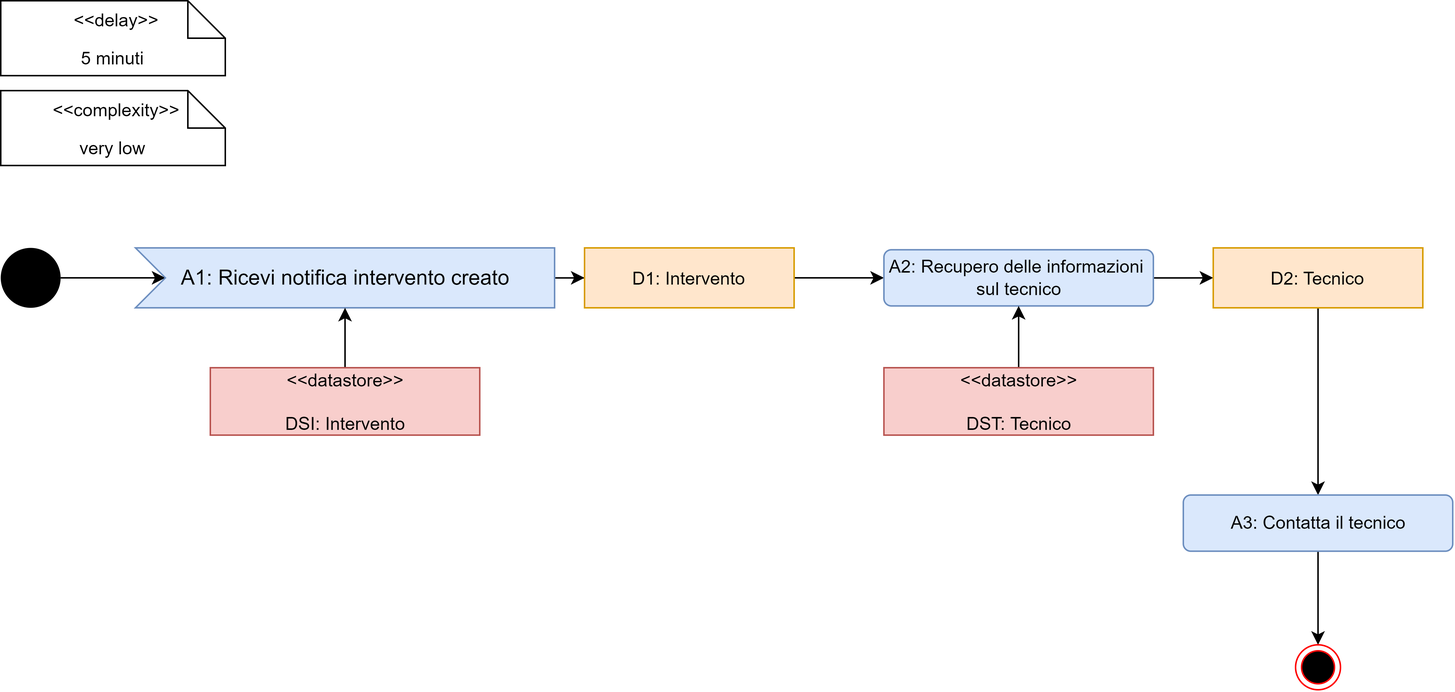
This is images/ADUC5.png from mbeccari856608/architetturasw2024, a draw.io export, as it was before one commit. Source tidied: cells renumbered, new cells last; positions are measured from the earlier drawing's top-left corner, leaving out a move shared by most shapes. Its diagram source:
```xml
<mxGraphModel>
  <root>
    <mxCell id="0" />
    <mxCell id="1" parent="0" />
    <mxCell id="2" style="edgeStyle=orthogonalEdgeStyle;rounded=0;jettySize=auto;html=1;entryX=0;entryY=0;entryDx=20;entryDy=20;entryPerimeter=0;" parent="1" edge="1" source="3" target="5">
      <mxGeometry relative="1" as="geometry" />
    </mxCell>
    <mxCell id="3" style="ellipse;fillColor=#000000;strokeColor=none;" parent="1" vertex="1">
      <mxGeometry y="165" width="40" height="40" as="geometry" />
    </mxCell>
    <mxCell id="4" style="edgeStyle=orthogonalEdgeStyle;rounded=0;jettySize=auto;html=1;entryX=0;entryY=0.5;entryDx=0;entryDy=0;exitX=0;exitY=0;exitDx=20;exitDy=20;exitPerimeter=0;" parent="1" edge="1" source="5" target="9">
      <mxGeometry relative="1" as="geometry" />
    </mxCell>
    <mxCell id="5" value="A1: Ricevi notifica intervento creato" style="html=1;shape=mxgraph.infographic.ribbonSimple;notch1=20;notch2=0;align=center;verticalAlign=middle;fontSize=14;fontStyle=0;flipH=0;fillColor=#dae8fc;strokeColor=#6c8ebf;" parent="1" vertex="1">
      <mxGeometry x="90" y="165" width="280" height="40" as="geometry" />
    </mxCell>
    <mxCell id="6" value="very low" style="shape=note2;boundedLbl=1;whiteSpace=wrap;html=1;size=25;verticalAlign=top;align=center;" parent="1" vertex="1">
      <mxGeometry y="60" width="150" height="50" as="geometry" />
    </mxCell>
    <mxCell id="7" value="&lt;&lt;complexity&gt;&gt;" style="strokeColor=none;fillColor=none;align=center;spacingLeft=5;" parent="6" vertex="1">
      <mxGeometry width="150" height="25" relative="1" as="geometry" />
    </mxCell>
    <mxCell id="8" style="edgeStyle=orthogonalEdgeStyle;rounded=0;jettySize=auto;html=1;entryX=0;entryY=0.5;entryDx=0;entryDy=0;" parent="1" edge="1" source="9" target="16">
      <mxGeometry relative="1" as="geometry" />
    </mxCell>
    <mxCell id="9" value="D1: Intervento" style="text;align=center;verticalAlign=middle;dashed=0;fillColor=#ffe6cc;strokeColor=#d79b00;" parent="1" vertex="1">
      <mxGeometry x="390" y="165" width="140" height="40" as="geometry" />
    </mxCell>
    <mxCell id="10" style="edgeStyle=orthogonalEdgeStyle;rounded=0;jettySize=auto;html=1;entryX=0;entryY=0;entryDx=140;entryDy=40;entryPerimeter=0;" parent="1" edge="1" source="11" target="5">
      <mxGeometry relative="1" as="geometry" />
    </mxCell>
    <mxCell id="11" value="&amp;lt;&amp;lt;datastore&amp;gt;&amp;gt;&lt;br&gt;&lt;br&gt;DSI: Intervento" style="text;html=1;align=center;verticalAlign=middle;dashed=0;fillColor=#f8cecc;strokeColor=#b85450;" parent="1" vertex="1">
      <mxGeometry x="140" y="245" width="180" height="45" as="geometry" />
    </mxCell>
    <mxCell id="12" value="5 minuti" style="shape=note2;boundedLbl=1;whiteSpace=wrap;html=1;size=25;verticalAlign=top;align=center;" parent="1" vertex="1">
      <mxGeometry width="150" height="50" as="geometry" />
    </mxCell>
    <mxCell id="13" value="&lt;&lt;delay&gt;&gt;" style="strokeColor=none;fillColor=none;align=center;spacingLeft=5;" parent="12" vertex="1">
      <mxGeometry width="150" height="25" relative="1" as="geometry" />
    </mxCell>
    <mxCell id="14" style="edgeStyle=orthogonalEdgeStyle;rounded=0;orthogonalLoop=1;jettySize=auto;html=1;exitX=0.5;exitY=1;exitDx=0;exitDy=0;dashed=1;endArrow=none;endFill=0;" parent="12" edge="1" source="13" target="13">
      <mxGeometry relative="1" as="geometry" />
    </mxCell>
    <mxCell id="15" style="edgeStyle=orthogonalEdgeStyle;rounded=0;jettySize=auto;html=1;entryX=0;entryY=0.5;entryDx=0;entryDy=0;" parent="1" edge="1" source="16" target="21">
      <mxGeometry relative="1" as="geometry" />
    </mxCell>
    <mxCell id="16" value="A2: Recupero delle informazioni &lt;br&gt;sul tecnico" style="html=1;align=center;verticalAlign=middle;rounded=1;absoluteArcSize=1;arcSize=10;dashed=0;fillColor=#dae8fc;strokeColor=#6c8ebf;" parent="1" vertex="1">
      <mxGeometry x="590" y="166.2" width="180" height="37.5" as="geometry" />
    </mxCell>
    <mxCell id="17" value="&amp;lt;&amp;lt;datastore&amp;gt;&amp;gt;&lt;br&gt;&lt;br&gt;DSI: Intervento" style="text;html=1;align=center;verticalAlign=middle;dashed=0;fillColor=#f8cecc;strokeColor=#b85450;" parent="1" vertex="1">
      <mxGeometry x="140" y="245" width="180" height="45" as="geometry" />
    </mxCell>
    <mxCell id="18" style="edgeStyle=orthogonalEdgeStyle;rounded=0;jettySize=auto;html=1;" parent="1" edge="1" source="19" target="16">
      <mxGeometry relative="1" as="geometry" />
    </mxCell>
    <mxCell id="19" value="&amp;lt;&amp;lt;datastore&amp;gt;&amp;gt;&lt;br&gt;&lt;br&gt;DST: Tecnico" style="text;html=1;align=center;verticalAlign=middle;dashed=0;fillColor=#f8cecc;strokeColor=#b85450;" parent="1" vertex="1">
      <mxGeometry x="590" y="245" width="180" height="45" as="geometry" />
    </mxCell>
    <mxCell id="20" style="edgeStyle=orthogonalEdgeStyle;rounded=0;jettySize=auto;html=1;entryX=0.5;entryY=0;entryDx=0;entryDy=0;" parent="1" edge="1" source="21" target="23">
      <mxGeometry relative="1" as="geometry" />
    </mxCell>
    <mxCell id="21" value="D2: Tecnico" style="text;align=center;verticalAlign=middle;dashed=0;fillColor=#ffe6cc;strokeColor=#d79b00;" parent="1" vertex="1">
      <mxGeometry x="810" y="165" width="140" height="40" as="geometry" />
    </mxCell>
    <mxCell id="22" style="edgeStyle=orthogonalEdgeStyle;rounded=0;jettySize=auto;html=1;entryX=0.5;entryY=0;entryDx=0;entryDy=0;" parent="1" edge="1" source="23" target="24">
      <mxGeometry relative="1" as="geometry" />
    </mxCell>
    <mxCell id="23" value="A3: Contatta il tecnico" style="html=1;align=center;verticalAlign=middle;rounded=1;absoluteArcSize=1;arcSize=10;dashed=0;fillColor=#dae8fc;strokeColor=#6c8ebf;" parent="1" vertex="1">
      <mxGeometry x="790" y="330" width="180" height="37.5" as="geometry" />
    </mxCell>
    <mxCell id="24" style="ellipse;html=1;shape=endState;fillColor=#000000;strokeColor=#ff0000;" parent="1" vertex="1">
      <mxGeometry x="865" y="430" width="30" height="30" as="geometry" />
    </mxCell>
  </root>
</mxGraphModel>
```
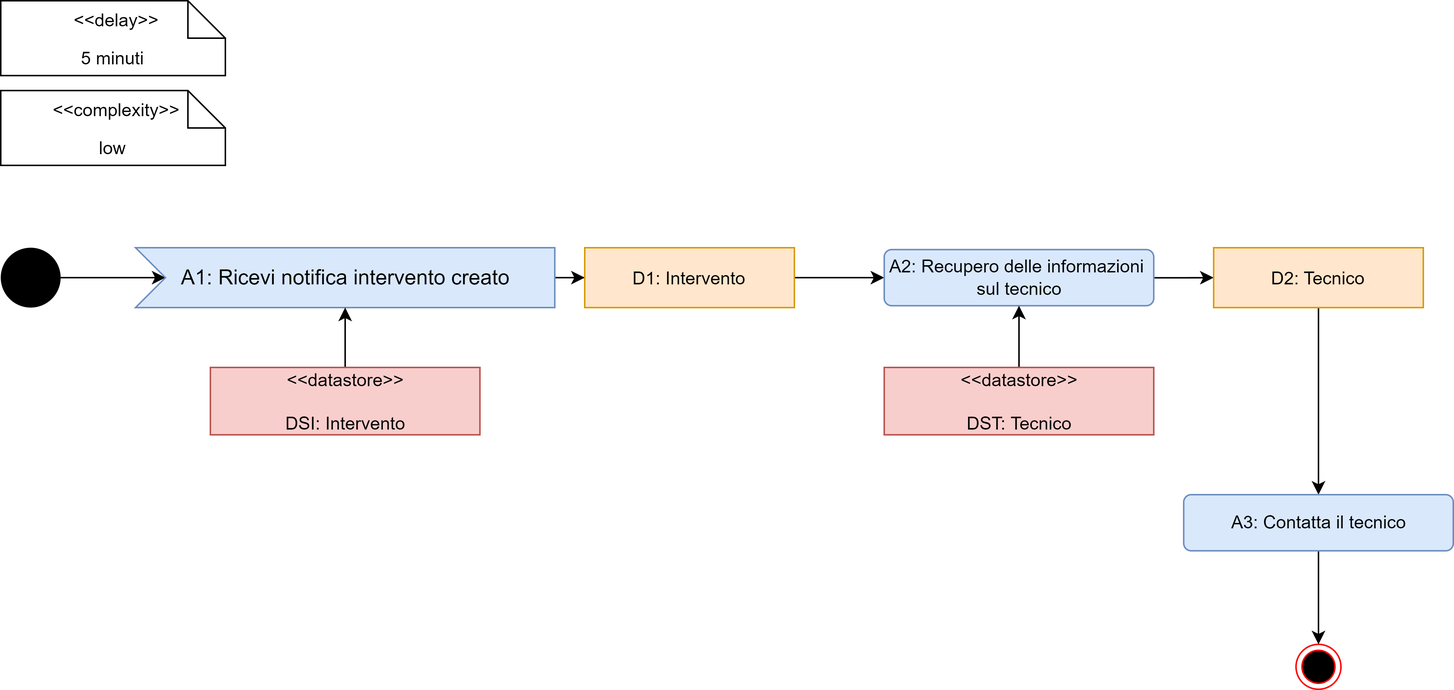
Above is the later version.

Change to the diagram source:
```diff
@@ -14,7 +14,7 @@
     <mxCell id="5" value="A1: Ricevi notifica intervento creato" style="html=1;shape=mxgraph.infographic.ribbonSimple;notch1=20;notch2=0;align=center;verticalAlign=middle;fontSize=14;fontStyle=0;flipH=0;fillColor=#dae8fc;strokeColor=#6c8ebf;" parent="1" vertex="1">
       <mxGeometry x="90" y="165" width="280" height="40" as="geometry" />
     </mxCell>
-    <mxCell id="6" value="very low" style="shape=note2;boundedLbl=1;whiteSpace=wrap;html=1;size=25;verticalAlign=top;align=center;" parent="1" vertex="1">
+    <mxCell id="6" value="low" style="shape=note2;boundedLbl=1;whiteSpace=wrap;html=1;size=25;verticalAlign=top;align=center;" parent="1" vertex="1">
       <mxGeometry y="60" width="150" height="50" as="geometry" />
     </mxCell>
     <mxCell id="7" value="&lt;&lt;complexity&gt;&gt;" style="strokeColor=none;fillColor=none;align=center;spacingLeft=5;" parent="6" vertex="1">
```
